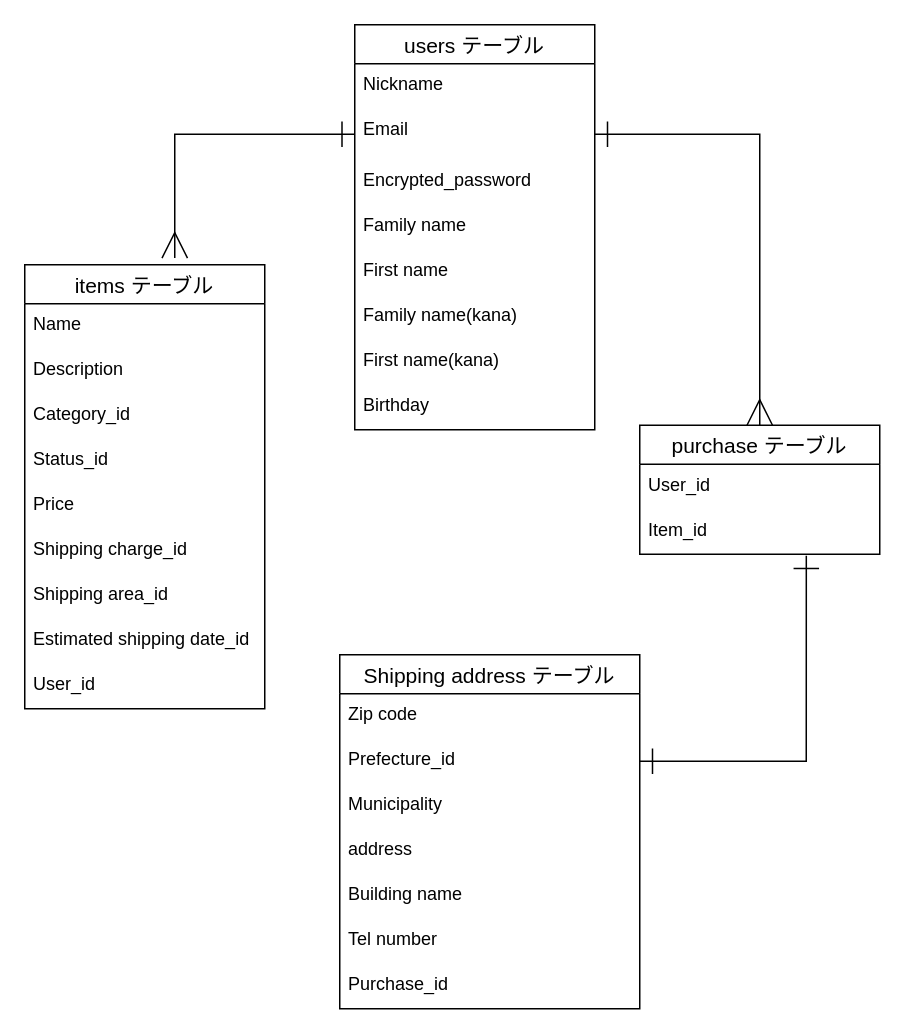
Earlier version of the draw.io diagram test.dio (hiro0405/furima-28200). Source tidied: cells renumbered, new cells numbered last; positions are measured from the earlier drawing's top-left corner, leaving out a move shared by most shapes. Both pictures are drawn from the tidied source at 150%, with x=0, y=0 at pixel (24, 24).
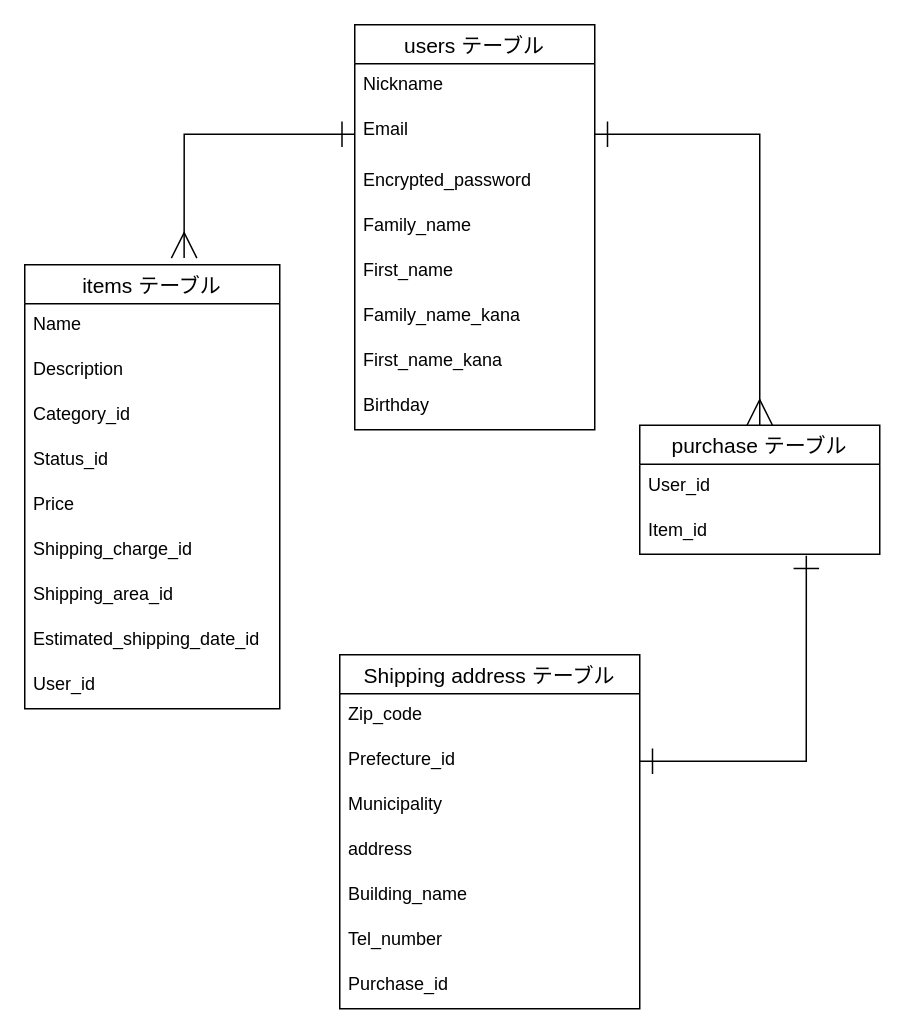
The same page after the edit.

Commit message:
データベース設計の修正6

The change refers to these unchanged cells:
```xml
<mxCell id="4" value="users テーブル" style="swimlane;fontStyle=0;horizontal=1;startSize=26;align=center;fontSize=14;" parent="1" vertex="1">
  <mxGeometry x="220" width="160" height="270" as="geometry" />
</mxCell>
<mxCell id="26" value="Shipping address テーブル" style="swimlane;fontStyle=0;horizontal=1;startSize=26;align=center;fontSize=14;" parent="1" vertex="1">
  <mxGeometry x="210" y="420" width="200" height="236" as="geometry" />
</mxCell>
```

Diff of the diagram source:
```diff
@@
-    <mxCell id="8" value="Family name" style="text;strokeColor=none;fillColor=none;spacingLeft=4;spacingRight=4;overflow=hidden;fontSize=12;" parent="4" vertex="1">
+    <mxCell id="8" value="Family_name" style="text;strokeColor=none;fillColor=none;spacingLeft=4;spacingRight=4;overflow=hidden;fontSize=12;" parent="4" vertex="1">
       <mxGeometry y="120" width="160" height="30" as="geometry" />
     </mxCell>
-    <mxCell id="9" value="First name" style="text;strokeColor=none;fillColor=none;spacingLeft=4;spacingRight=4;overflow=hidden;fontSize=12;" parent="4" vertex="1">
+    <mxCell id="9" value="First_name" style="text;strokeColor=none;fillColor=none;spacingLeft=4;spacingRight=4;overflow=hidden;fontSize=12;" parent="4" vertex="1">
       <mxGeometry y="150" width="160" height="30" as="geometry" />
     </mxCell>
-    <mxCell id="10" value="Family name(kana)" style="text;strokeColor=none;fillColor=none;spacingLeft=4;spacingRight=4;overflow=hidden;fontSize=12;" parent="4" vertex="1">
+    <mxCell id="10" value="Family_name_kana" style="text;strokeColor=none;fillColor=none;spacingLeft=4;spacingRight=4;overflow=hidden;fontSize=12;" parent="4" vertex="1">
       <mxGeometry y="180" width="160" height="30" as="geometry" />
     </mxCell>
-    <mxCell id="11" value="First name(kana)" style="text;strokeColor=none;fillColor=none;spacingLeft=4;spacingRight=4;overflow=hidden;fontSize=12;" parent="4" vertex="1">
+    <mxCell id="11" value="First_name_kana" style="text;strokeColor=none;fillColor=none;spacingLeft=4;spacingRight=4;overflow=hidden;fontSize=12;" parent="4" vertex="1">
       <mxGeometry y="210" width="160" height="30" as="geometry" />
     </mxCell>
@@
     <mxCell id="13" value="items テーブル" style="swimlane;fontStyle=0;horizontal=1;startSize=26;align=center;fontSize=14;" parent="1" vertex="1">
-      <mxGeometry y="160" width="160" height="296" as="geometry" />
+      <mxGeometry y="160" width="170" height="296" as="geometry" />
     </mxCell>
     <mxCell id="14" value="Name" style="text;strokeColor=none;fillColor=none;spacingLeft=4;spacingRight=4;overflow=hidden;fontSize=12;" parent="13" vertex="1">
-      <mxGeometry y="26" width="160" height="30" as="geometry" />
+      <mxGeometry y="26" width="170" height="30" as="geometry" />
     </mxCell>
     <mxCell id="15" value="Description" style="text;strokeColor=none;fillColor=none;spacingLeft=4;spacingRight=4;overflow=hidden;fontSize=12;" parent="13" vertex="1">
-      <mxGeometry y="56" width="160" height="30" as="geometry" />
+      <mxGeometry y="56" width="170" height="30" as="geometry" />
     </mxCell>
     <mxCell id="16" value="Category_id" style="text;strokeColor=none;fillColor=none;spacingLeft=4;spacingRight=4;overflow=hidden;fontSize=12;" parent="13" vertex="1">
-      <mxGeometry y="86" width="160" height="30" as="geometry" />
+      <mxGeometry y="86" width="170" height="30" as="geometry" />
     </mxCell>
     <mxCell id="17" value="Status_id" style="text;strokeColor=none;fillColor=none;spacingLeft=4;spacingRight=4;overflow=hidden;fontSize=12;" parent="13" vertex="1">
-      <mxGeometry y="116" width="160" height="30" as="geometry" />
+      <mxGeometry y="116" width="170" height="30" as="geometry" />
     </mxCell>
     <mxCell id="18" value="Price" style="text;strokeColor=none;fillColor=none;spacingLeft=4;spacingRight=4;overflow=hidden;fontSize=12;" parent="13" vertex="1">
-      <mxGeometry y="146" width="160" height="30" as="geometry" />
+      <mxGeometry y="146" width="170" height="30" as="geometry" />
     </mxCell>
-    <mxCell id="19" value="Shipping charge_id" style="text;strokeColor=none;fillColor=none;spacingLeft=4;spacingRight=4;overflow=hidden;fontSize=12;" parent="13" vertex="1">
-      <mxGeometry y="176" width="160" height="30" as="geometry" />
+    <mxCell id="19" value="Shipping_charge_id" style="text;strokeColor=none;fillColor=none;spacingLeft=4;spacingRight=4;overflow=hidden;fontSize=12;" parent="13" vertex="1">
+      <mxGeometry y="176" width="170" height="30" as="geometry" />
     </mxCell>
-    <mxCell id="20" value="Shipping area_id" style="text;strokeColor=none;fillColor=none;spacingLeft=4;spacingRight=4;overflow=hidden;fontSize=12;" parent="13" vertex="1">
-      <mxGeometry y="206" width="160" height="30" as="geometry" />
+    <mxCell id="20" value="Shipping_area_id" style="text;strokeColor=none;fillColor=none;spacingLeft=4;spacingRight=4;overflow=hidden;fontSize=12;" parent="13" vertex="1">
+      <mxGeometry y="206" width="170" height="30" as="geometry" />
     </mxCell>
-    <mxCell id="21" value="Estimated shipping date_id" style="text;strokeColor=none;fillColor=none;spacingLeft=4;spacingRight=4;overflow=hidden;fontSize=12;" parent="13" vertex="1">
-      <mxGeometry y="236" width="160" height="30" as="geometry" />
+    <mxCell id="21" value="Estimated_shipping_date_id" style="text;strokeColor=none;fillColor=none;spacingLeft=4;spacingRight=4;overflow=hidden;fontSize=12;" parent="13" vertex="1">
+      <mxGeometry y="236" width="170" height="30" as="geometry" />
     </mxCell>
     <mxCell id="22" value="User_id" style="text;strokeColor=none;fillColor=none;spacingLeft=4;spacingRight=4;overflow=hidden;fontSize=12;" parent="13" vertex="1">
-      <mxGeometry y="266" width="160" height="30" as="geometry" />
+      <mxGeometry y="266" width="170" height="30" as="geometry" />
     </mxCell>
@@
-    <mxCell id="27" value="Zip code" style="text;strokeColor=none;fillColor=none;spacingLeft=4;spacingRight=4;overflow=hidden;fontSize=12;" parent="26" vertex="1">
+    <mxCell id="27" value="Zip_code" style="text;strokeColor=none;fillColor=none;spacingLeft=4;spacingRight=4;overflow=hidden;fontSize=12;" parent="26" vertex="1">
       <mxGeometry y="26" width="200" height="30" as="geometry" />
     </mxCell>
@@
-    <mxCell id="31" value="Building name" style="text;strokeColor=none;fillColor=none;spacingLeft=4;spacingRight=4;overflow=hidden;fontSize=12;" parent="26" vertex="1">
+    <mxCell id="31" value="Building_name" style="text;strokeColor=none;fillColor=none;spacingLeft=4;spacingRight=4;overflow=hidden;fontSize=12;" parent="26" vertex="1">
       <mxGeometry y="146" width="200" height="30" as="geometry" />
     </mxCell>
-    <mxCell id="32" value="Tel number" style="text;strokeColor=none;fillColor=none;spacingLeft=4;spacingRight=4;overflow=hidden;fontSize=12;" parent="26" vertex="1">
+    <mxCell id="32" value="Tel_number" style="text;strokeColor=none;fillColor=none;spacingLeft=4;spacingRight=4;overflow=hidden;fontSize=12;" parent="26" vertex="1">
       <mxGeometry y="176" width="200" height="30" as="geometry" />
     </mxCell>
```
